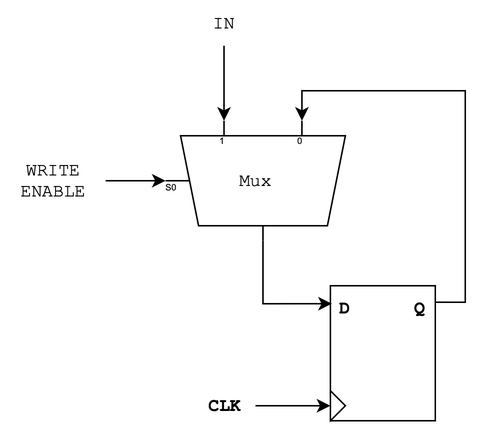
Before: assets/images/notes/mhp-register.drawio.png, a diagram exported from draw.io (natalieagus/50002). Source tidied: cells renumbered, new cells last; positions are measured from the earlier drawing's top-left corner, leaving out a move shared by most shapes.
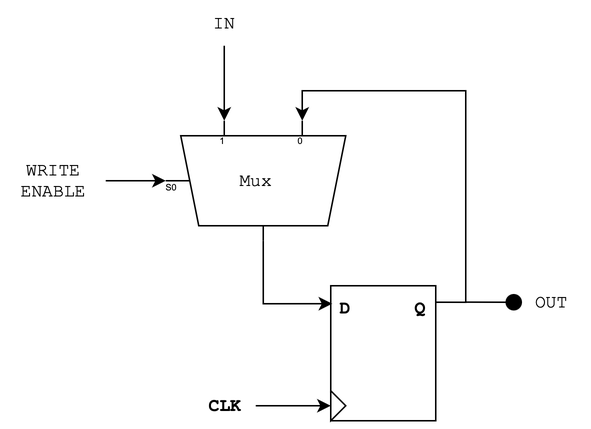
The same diagram one commit later.

Commit message:
feat: improve reg diagram

What changed in the source:
```diff
@@ -41,5 +41,16 @@
     <mxCell id="14" value="WRITE&lt;br&gt;ENABLE" style="text;html=1;align=center;verticalAlign=middle;points=[];strokeColor=none;fillColor=none;fontFamily=Courier New;" parent="1" vertex="1">
       <mxGeometry y="100" width="70" height="40" as="geometry" />
     </mxCell>
+    <mxCell id="15" style="ellipse;whiteSpace=wrap;html=1;fillColor=#000000;" parent="1" vertex="1">
+      <mxGeometry x="337" y="196" width="10" height="10" as="geometry" />
+    </mxCell>
+    <mxCell id="16" style="endArrow=none;html=1;rounded=0;exitX=1.008;exitY=0.364;exitDx=0;exitDy=0;exitPerimeter=0;" parent="1" edge="1" source="5">
+      <mxGeometry relative="1" as="geometry">
+        <mxPoint x="340" y="201" as="targetPoint" />
+      </mxGeometry>
+    </mxCell>
+    <mxCell id="17" value="OUT" style="text;html=1;align=center;verticalAlign=middle;strokeColor=none;fillColor=none;fontFamily=Courier New;" parent="1" vertex="1">
+      <mxGeometry x="342" y="186" width="50" height="30" as="geometry" />
+    </mxCell>
   </root>
 </mxGraphModel>
```
